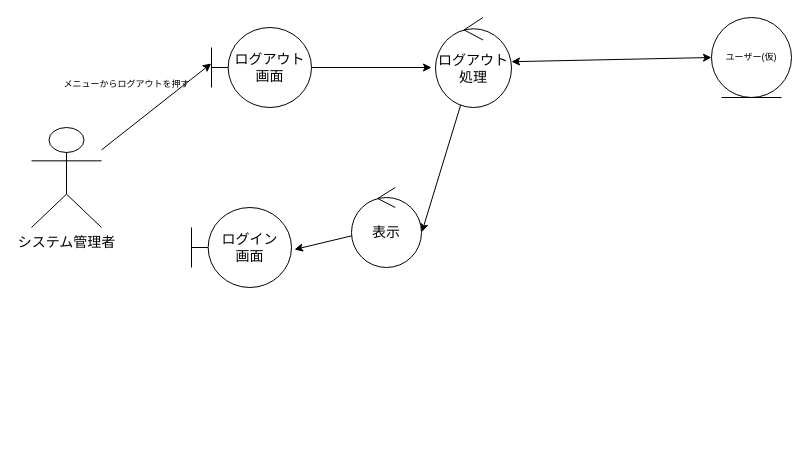
Above: page "ログアウト" (3 of 5) of out/ロバストネス図/システム管理者-ロバストネス図.drawio in ksw2270227/GroupF (draw.io), before the change. Source tidied: cells renumbered, new cells numbered last; positions are measured from the earlier drawing's top-left corner, leaving out a move shared by most shapes. Both pictures are drawn from the tidied source at 100%, with x=0, y=0 at pixel (31, 17).
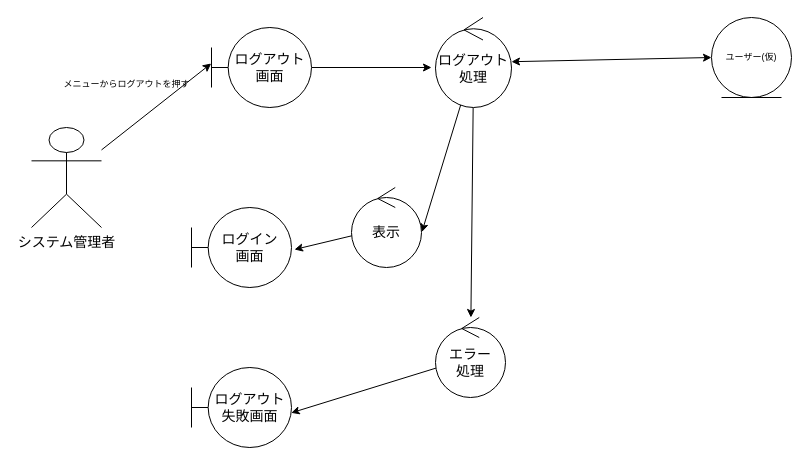
The same diagram, later.

The edit, as a diff of the source:
```diff
@@
 <mxGraphModel>
   <root>
     <mxCell id="0" />
     <mxCell id="1" parent="0" />
     <mxCell id="2" style="edgeStyle=none;html=1;entryX=-0.003;entryY=0.45;entryDx=0;entryDy=0;entryPerimeter=0;fontSize=14;startArrow=none;startFill=0;endArrow=classic;endFill=1;" parent="1" edge="1" source="3" target="5">
       <mxGeometry relative="1" as="geometry" />
     </mxCell>
     <mxCell id="3" value="システム管理者" style="shape=umlActor;verticalLabelPosition=bottom;verticalAlign=top;html=1;fontSize=14;" parent="1" vertex="1">
       <mxGeometry y="110" width="70" height="100" as="geometry" />
     </mxCell>
     <mxCell id="4" style="edgeStyle=none;html=1;fontSize=9;startArrow=none;startFill=0;endArrow=classic;endFill=1;" parent="1" edge="1" source="5">
       <mxGeometry relative="1" as="geometry">
         <mxPoint x="400" y="50" as="targetPoint" />
       </mxGeometry>
     </mxCell>
     <mxCell id="5" value="ログアウト画面" style="shape=umlBoundary;whiteSpace=wrap;html=1;fontSize=14;" parent="1" vertex="1">
       <mxGeometry x="180" y="10" width="100" height="80" as="geometry" />
     </mxCell>
     <mxCell id="6" style="edgeStyle=none;html=1;entryX=1.005;entryY=0.558;entryDx=0;entryDy=0;entryPerimeter=0;fontSize=14;startArrow=none;startFill=0;endArrow=classic;endFill=1;" parent="1" edge="1" source="7" target="12">
       <mxGeometry relative="1" as="geometry" />
     </mxCell>
+    <mxCell id="14" style="edgeStyle=none;html=1;fontSize=14;startArrow=none;startFill=0;endArrow=classic;endFill=1;" parent="1" edge="1" source="7" target="16">
+      <mxGeometry relative="1" as="geometry" />
+    </mxCell>
     <mxCell id="7" value="ログアウト処理" style="ellipse;shape=umlControl;whiteSpace=wrap;html=1;fontSize=14;" parent="1" vertex="1">
       <mxGeometry x="404" width="76" height="90" as="geometry" />
     </mxCell>
     <mxCell id="8" value="&lt;font style=&quot;font-size: 9px;&quot;&gt;メニューからログアウトを押す&lt;/font&gt;" style="text;html=1;align=center;verticalAlign=middle;strokeColor=none;fillColor=none;fontSize=14;" parent="1" vertex="1">
       <mxGeometry x="20" y="50" width="150" height="30" as="geometry" />
     </mxCell>
     <mxCell id="9" value="ユーザー(仮)" style="ellipse;shape=umlEntity;whiteSpace=wrap;html=1;fontSize=9;" parent="1" vertex="1">
       <mxGeometry x="680" width="80" height="80" as="geometry" />
     </mxCell>
     <mxCell id="10" style="endArrow=classic;startArrow=classic;html=1;fontSize=9;entryX=0;entryY=0.5;entryDx=0;entryDy=0;" parent="1" edge="1" source="7" target="9">
       <mxGeometry relative="1" as="geometry" />
     </mxCell>
     <mxCell id="11" style="edgeStyle=none;html=1;entryX=1.03;entryY=0.525;entryDx=0;entryDy=0;entryPerimeter=0;fontSize=14;startArrow=none;startFill=0;endArrow=classic;endFill=1;" parent="1" edge="1" source="12" target="13">
       <mxGeometry relative="1" as="geometry" />
     </mxCell>
     <mxCell id="12" value="&lt;font style=&quot;font-size: 14px;&quot;&gt;表示&lt;/font&gt;" style="ellipse;shape=umlControl;whiteSpace=wrap;html=1;fontSize=9;" parent="1" vertex="1">
       <mxGeometry x="320" y="170" width="70" height="80" as="geometry" />
     </mxCell>
     <mxCell id="13" value="ログイン&lt;br&gt;画面" style="shape=umlBoundary;whiteSpace=wrap;html=1;fontSize=14;" parent="1" vertex="1">
       <mxGeometry x="160" y="190" width="100" height="80" as="geometry" />
     </mxCell>
+    <mxCell id="15" style="edgeStyle=none;html=1;entryX=0.997;entryY=0.567;entryDx=0;entryDy=0;entryPerimeter=0;fontSize=14;startArrow=none;startFill=0;endArrow=classic;endFill=1;" parent="1" edge="1" source="16" target="17">
+      <mxGeometry relative="1" as="geometry" />
+    </mxCell>
+    <mxCell id="16" value="エラー&lt;br&gt;処理" style="ellipse;shape=umlControl;whiteSpace=wrap;html=1;fontSize=14;" parent="1" vertex="1">
+      <mxGeometry x="404" y="300" width="70" height="80" as="geometry" />
+    </mxCell>
+    <mxCell id="17" value="ログアウト失敗画面" style="shape=umlBoundary;whiteSpace=wrap;html=1;fontSize=14;" parent="1" vertex="1">
+      <mxGeometry x="160" y="350" width="100" height="80" as="geometry" />
+    </mxCell>
   </root>
 </mxGraphModel>
```
